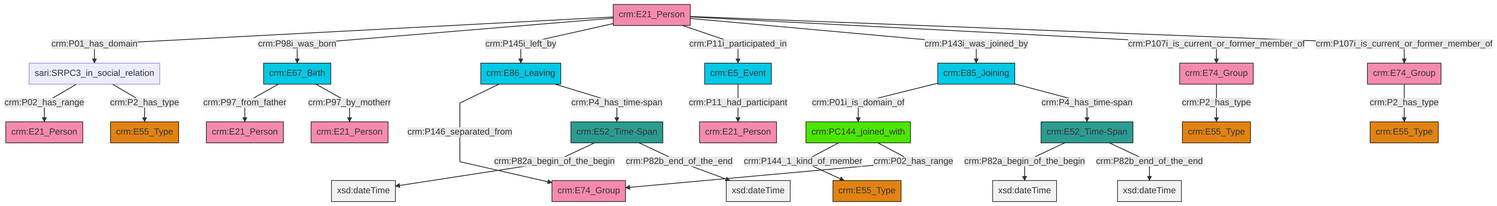
This is et/personCSV/ttl/mmd/png/Person_Actor_Relations.png from swiss-art-research-net/reference-data-models, a Mermaid export, as it was before one commit. Its source is kept beside it as et/personCSV/ttl/mmd/Person_Actor_Relations.ttl.mmd.
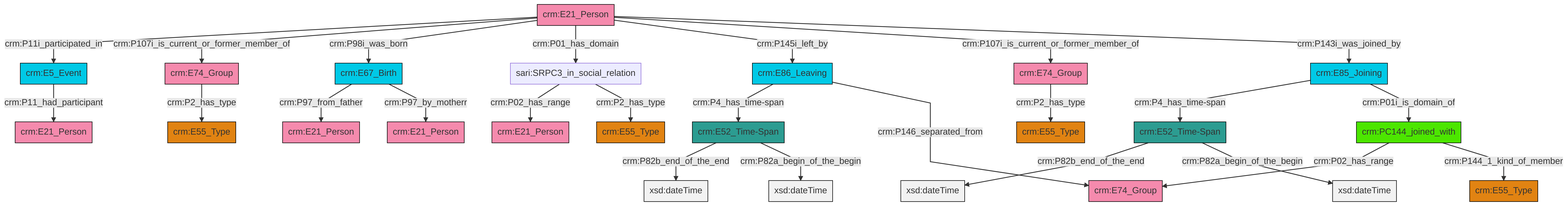
The same file after the commit.

Change to the diagram source:
```diff
@@ -13,27 +13,27 @@
 classDef PC_Classes fill:#4ce600, stroke:#000000;
 classDef Multi fill:#cccccc,stroke:#000000;
 
-2["crm:E86_Leaving"]:::Temporal_Entity -->|crm:P146_separated_from| 4["crm:E74_Group"]:::Actor
-11["crm:E52_Time-Span"]:::Time-Span -->|crm:P82a_begin_of_the_begin| 12[xsd:dateTime]:::Literal
-13["crm:PC144_joined_with"]:::PC_Classes -->|crm:P144_1_kind_of_member| 0["crm:E55_Type"]:::Type
-14["crm:E74_Group"]:::Actor -->|crm:P2_has_type| 16["crm:E55_Type"]:::Type
-17["crm:E21_Person"]:::Actor -->|crm:P01_has_domain| 18["sari:SRPC3_in_social_relation"]:::Default
-17["crm:E21_Person"]:::Actor -->|crm:P98i_was_born| 5["crm:E67_Birth"]:::Temporal_Entity
-5["crm:E67_Birth"]:::Temporal_Entity -->|crm:P97_from_father| 20["crm:E21_Person"]:::Actor
-17["crm:E21_Person"]:::Actor -->|crm:P145i_left_by| 2["crm:E86_Leaving"]:::Temporal_Entity
-21["crm:E85_Joining"]:::Temporal_Entity -->|crm:P01i_is_domain_of| 13["crm:PC144_joined_with"]:::PC_Classes
-7["crm:E52_Time-Span"]:::Time-Span -->|crm:P82a_begin_of_the_begin| 27[xsd:dateTime]:::Literal
-13["crm:PC144_joined_with"]:::PC_Classes -->|crm:P02_has_range| 4["crm:E74_Group"]:::Actor
-17["crm:E21_Person"]:::Actor -->|crm:P11i_participated_in| 30["crm:E5_Event"]:::Temporal_Entity
-18["sari:SRPC3_in_social_relation"]:::Default -->|crm:P02_has_range| 31["crm:E21_Person"]:::Actor
-17["crm:E21_Person"]:::Actor -->|crm:P143i_was_joined_by| 21["crm:E85_Joining"]:::Temporal_Entity
-17["crm:E21_Person"]:::Actor -->|crm:P107i_is_current_or_former_member_of| 37["crm:E74_Group"]:::Actor
-11["crm:E52_Time-Span"]:::Time-Span -->|crm:P82b_end_of_the_end| 38[xsd:dateTime]:::Literal
-17["crm:E21_Person"]:::Actor -->|crm:P107i_is_current_or_former_member_of| 14["crm:E74_Group"]:::Actor
-7["crm:E52_Time-Span"]:::Time-Span -->|crm:P82b_end_of_the_end| 40[xsd:dateTime]:::Literal
-2["crm:E86_Leaving"]:::Temporal_Entity -->|crm:P4_has_time-span| 7["crm:E52_Time-Span"]:::Time-Span
-30["crm:E5_Event"]:::Temporal_Entity -->|crm:P11_had_participant| 28["crm:E21_Person"]:::Actor
-5["crm:E67_Birth"]:::Temporal_Entity -->|crm:P97_by_motherr| 33["crm:E21_Person"]:::Actor
-21["crm:E85_Joining"]:::Temporal_Entity -->|crm:P4_has_time-span| 11["crm:E52_Time-Span"]:::Time-Span
-37["crm:E74_Group"]:::Actor -->|crm:P2_has_type| 9["crm:E55_Type"]:::Type
-18["sari:SRPC3_in_social_relation"]:::Default -->|crm:P2_has_type| 44["crm:E55_Type"]:::Type
+0["crm:E21_Person"]:::Actor -->|crm:P11i_participated_in| 1["crm:E5_Event"]:::Temporal_Entity
+0["crm:E21_Person"]:::Actor -->|crm:P107i_is_current_or_former_member_of| 4["crm:E74_Group"]:::Actor
+5["crm:E52_Time-Span"]:::Time-Span -->|crm:P82b_end_of_the_end| 6[xsd:dateTime]:::Literal
+0["crm:E21_Person"]:::Actor -->|crm:P98i_was_born| 9["crm:E67_Birth"]:::Temporal_Entity
+17["crm:PC144_joined_with"]:::PC_Classes -->|crm:P02_has_range| 18["crm:E74_Group"]:::Actor
+15["crm:E85_Joining"]:::Temporal_Entity -->|crm:P4_has_time-span| 2["crm:E52_Time-Span"]:::Time-Span
+15["crm:E85_Joining"]:::Temporal_Entity -->|crm:P01i_is_domain_of| 17["crm:PC144_joined_with"]:::PC_Classes
+9["crm:E67_Birth"]:::Temporal_Entity -->|crm:P97_from_father| 21["crm:E21_Person"]:::Actor
+7["crm:E86_Leaving"]:::Temporal_Entity -->|crm:P4_has_time-span| 5["crm:E52_Time-Span"]:::Time-Span
+4["crm:E74_Group"]:::Actor -->|crm:P2_has_type| 25["crm:E55_Type"]:::Type
+9["crm:E67_Birth"]:::Temporal_Entity -->|crm:P97_by_motherr| 27["crm:E21_Person"]:::Actor
+1["crm:E5_Event"]:::Temporal_Entity -->|crm:P11_had_participant| 29["crm:E21_Person"]:::Actor
+5["crm:E52_Time-Span"]:::Time-Span -->|crm:P82a_begin_of_the_begin| 30[xsd:dateTime]:::Literal
+0["crm:E21_Person"]:::Actor -->|crm:P01_has_domain| 13["sari:SRPC3_in_social_relation"]:::Default
+0["crm:E21_Person"]:::Actor -->|crm:P145i_left_by| 7["crm:E86_Leaving"]:::Temporal_Entity
+7["crm:E86_Leaving"]:::Temporal_Entity -->|crm:P146_separated_from| 18["crm:E74_Group"]:::Actor
+2["crm:E52_Time-Span"]:::Time-Span -->|crm:P82b_end_of_the_end| 34[xsd:dateTime]:::Literal
+36["crm:E74_Group"]:::Actor -->|crm:P2_has_type| 11["crm:E55_Type"]:::Type
+0["crm:E21_Person"]:::Actor -->|crm:P107i_is_current_or_former_member_of| 36["crm:E74_Group"]:::Actor
+0["crm:E21_Person"]:::Actor -->|crm:P143i_was_joined_by| 15["crm:E85_Joining"]:::Temporal_Entity
+17["crm:PC144_joined_with"]:::PC_Classes -->|crm:P144_1_kind_of_member| 19["crm:E55_Type"]:::Type
+13["sari:SRPC3_in_social_relation"]:::Default -->|crm:P02_has_range| 23["crm:E21_Person"]:::Actor
+13["sari:SRPC3_in_social_relation"]:::Default -->|crm:P2_has_type| 37["crm:E55_Type"]:::Type
+2["crm:E52_Time-Span"]:::Time-Span -->|crm:P82a_begin_of_the_begin| 45[xsd:dateTime]:::Literal
```
